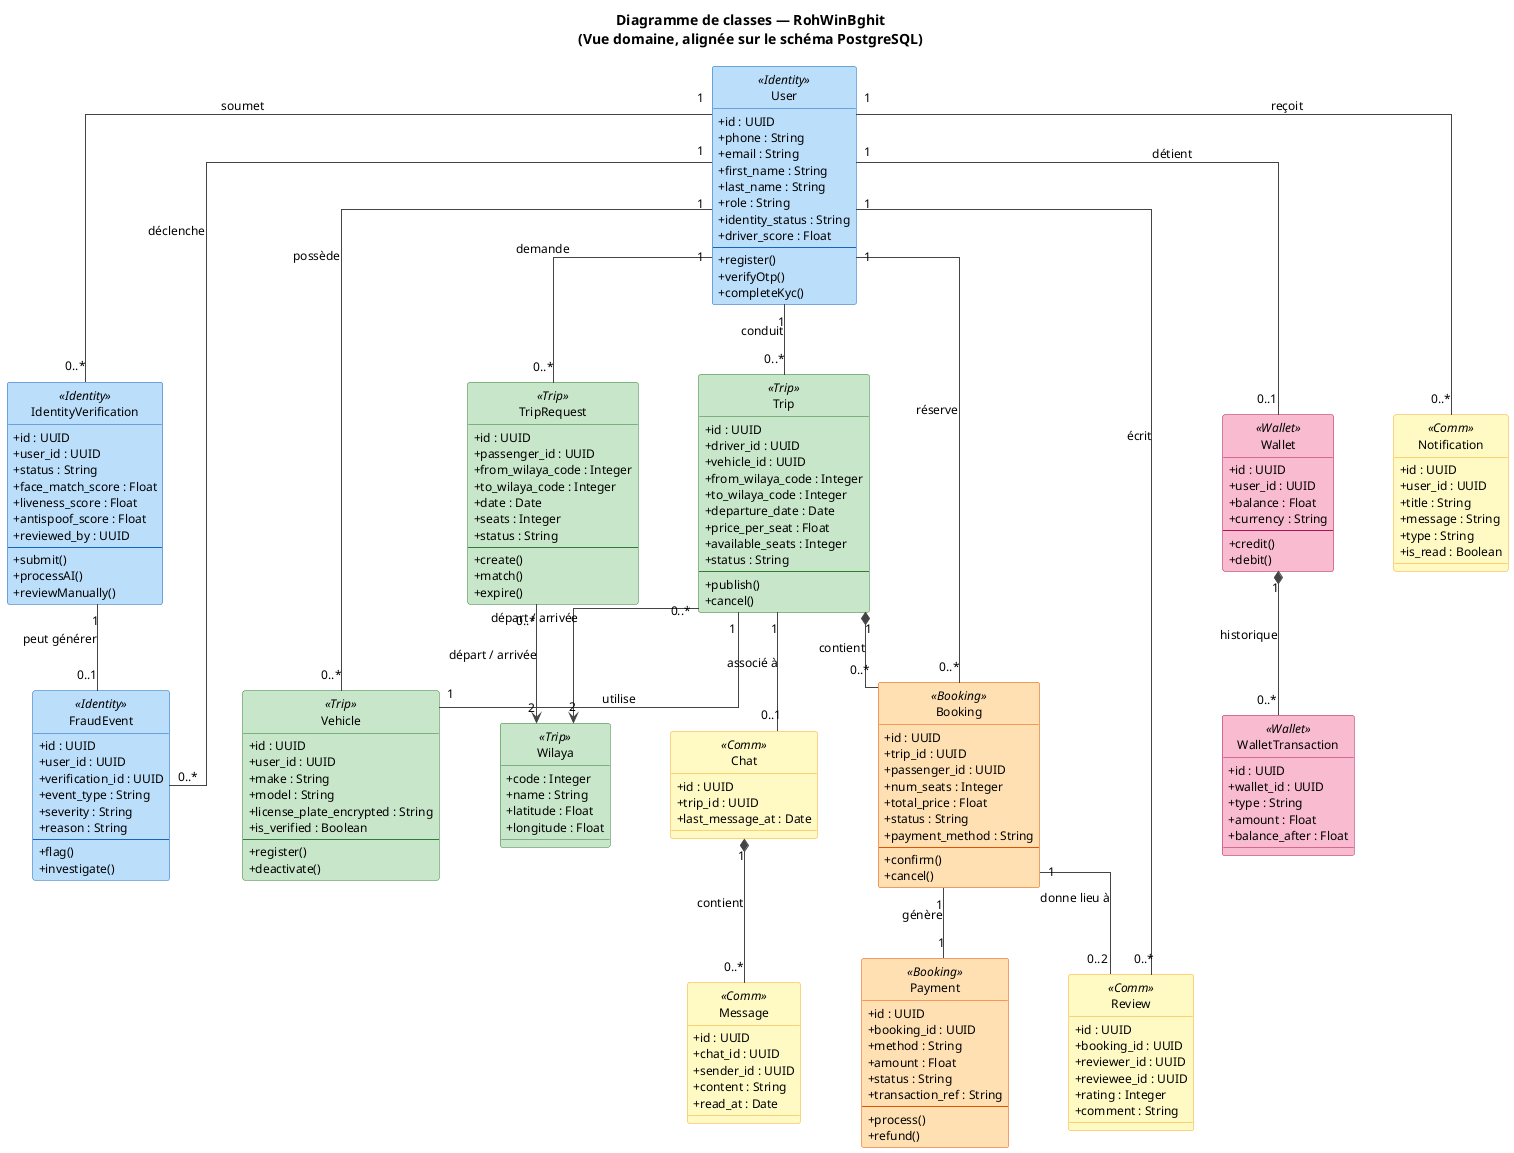
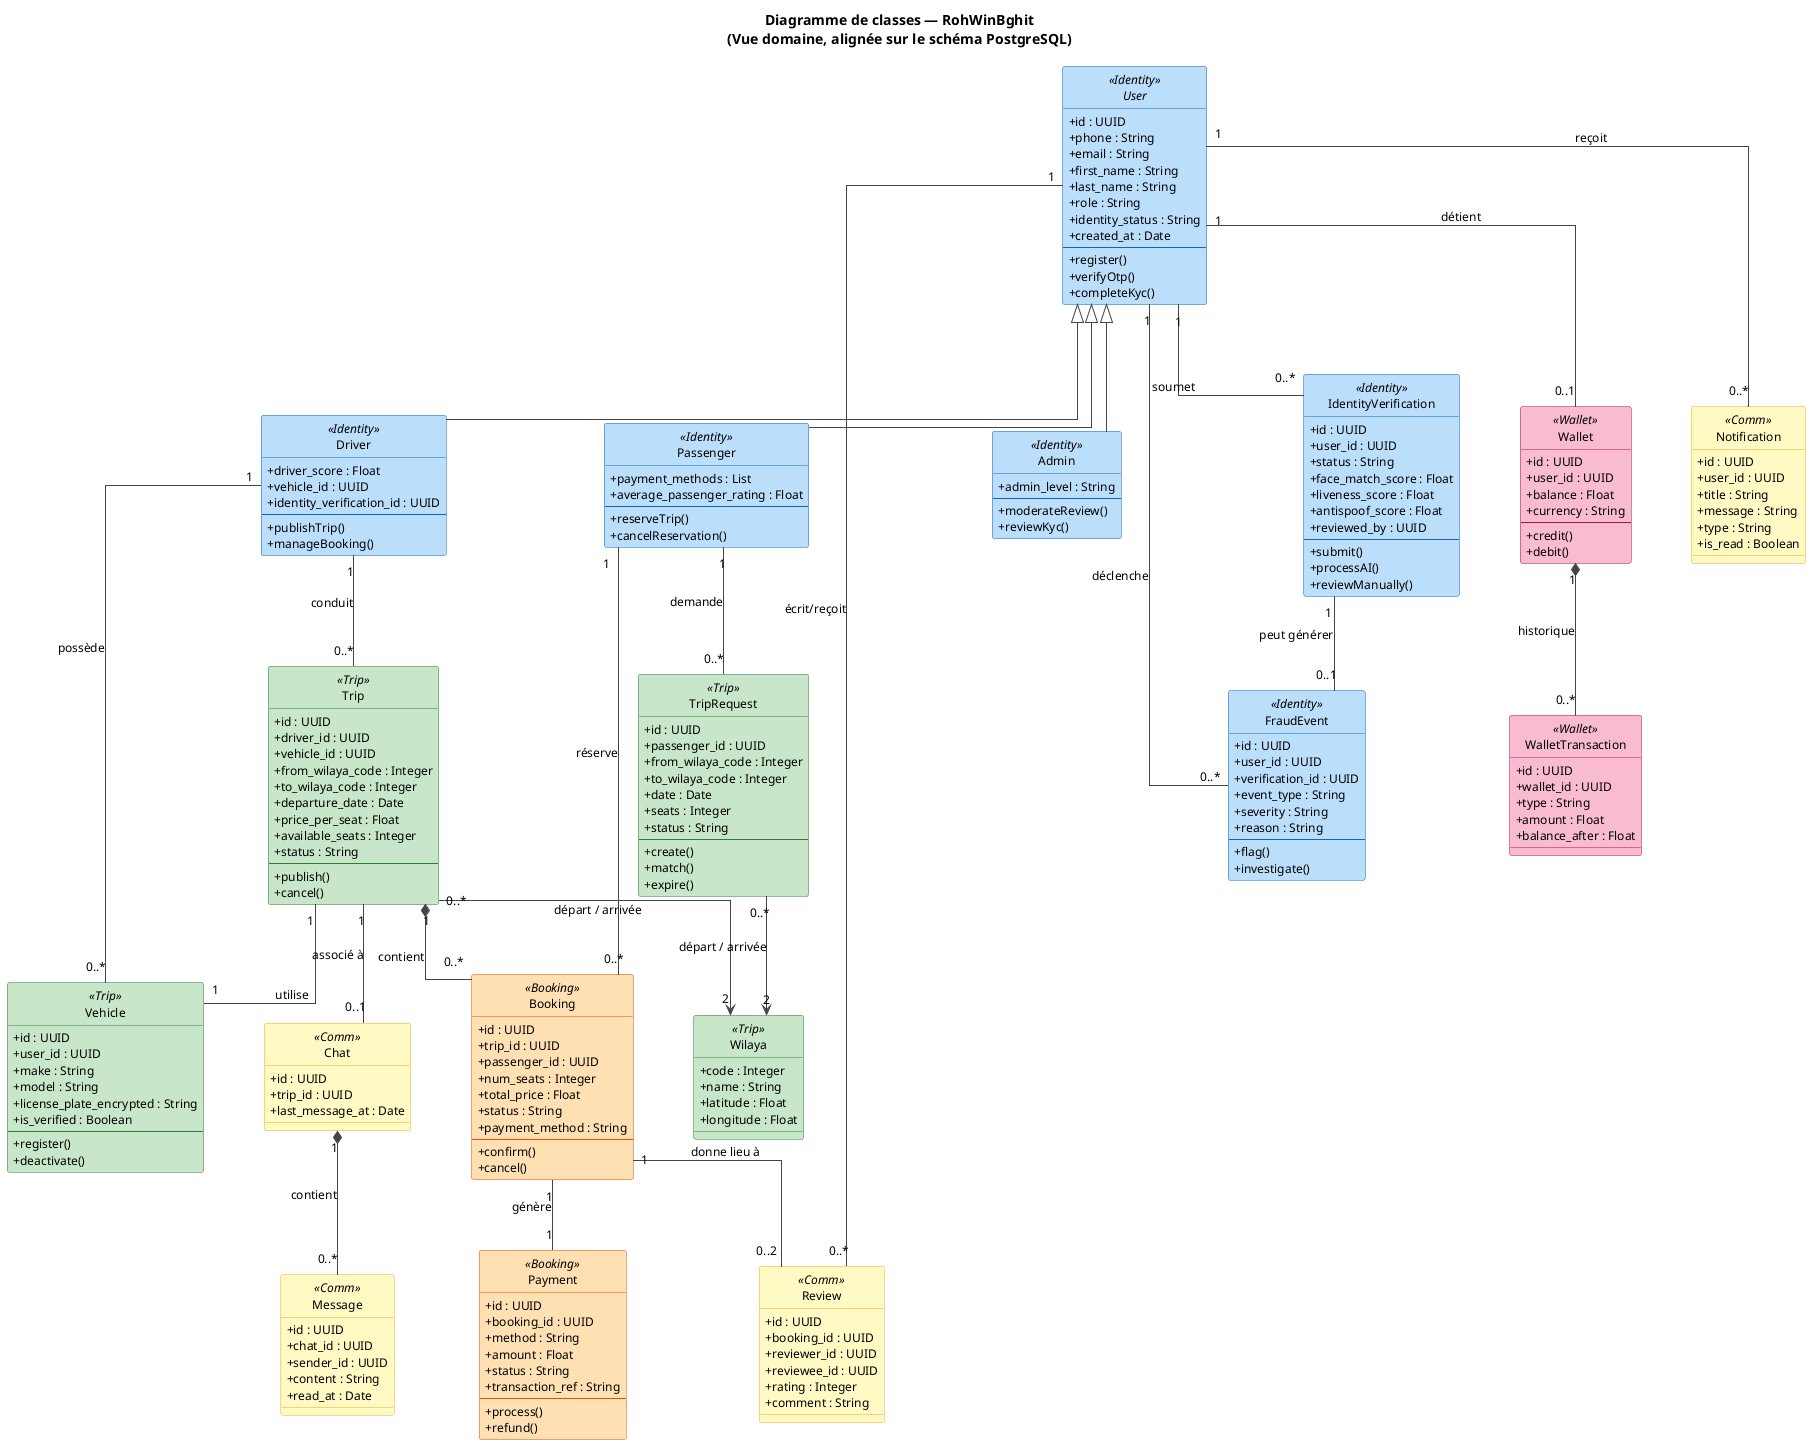
@startuml fig_class_diagram
skinparam style strictuml
skinparam classAttributeIconSize 0
skinparam DefaultFontName Arial
skinparam DefaultFontSize 12
skinparam shadowing false
skinparam linetype ortho
skinparam nodesep 60
skinparam ranksep 70
skinparam ArrowColor #444444

' Couleurs par domaine
skinparam class {
  BorderColor #555555
  BackgroundColor White
  BackgroundColor<<Identity>> #BBDEFB
  BackgroundColor<<Trip>> #C8E6C9
  BackgroundColor<<Booking>> #FFE0B2
  BackgroundColor<<Wallet>> #F8BBD0
  BackgroundColor<<Comm>> #FFF9C4
  BorderColor<<Identity>> #1565C0
  BorderColor<<Trip>> #2E7D32
  BorderColor<<Booking>> #E65100
  BorderColor<<Wallet>> #AD1457
  BorderColor<<Comm>> #F9A825
}

title Diagramme de classes — RohWinBghit\n(Vue domaine, alignée sur le schéma PostgreSQL)

' ===== IDENTITÉ (bleu) =====
- class User <<Identity>> {
+ abstract class User <<Identity>> {
  + id : UUID
  + phone : String
  + email : String
  + first_name : String
  + last_name : String
  + role : String
  + identity_status : String
-   + driver_score : Float
+   + created_at : Date
  --
  + register()
  + verifyOtp()
  + completeKyc()
+ }
+ 
+ class Passenger <<Identity>> {
+   + payment_methods : List
+   + average_passenger_rating : Float
+   --
+   + reserveTrip()
+   + cancelReservation()
+ }
+ 
+ class Driver <<Identity>> {
+   + driver_score : Float
+   + vehicle_id : UUID
+   + identity_verification_id : UUID
+   --
+   + publishTrip()
+   + manageBooking()
+ }
+ 
+ class Admin <<Identity>> {
+   + admin_level : String
+   --
+   + moderateReview()
+   + reviewKyc()
}

class IdentityVerification <<Identity>> {
  + id : UUID
  + user_id : UUID
  + status : String
  + face_match_score : Float
  + liveness_score : Float
  + antispoof_score : Float
  + reviewed_by : UUID
  --
  + submit()
  + processAI()
  + reviewManually()
}

class FraudEvent <<Identity>> {
  + id : UUID
  + user_id : UUID
  + verification_id : UUID
  + event_type : String
  + severity : String
  + reason : String
  --
  + flag()
  + investigate()
}

' ===== TRAJET (vert) =====
class Vehicle <<Trip>> {
  + id : UUID
  + user_id : UUID
  + make : String
  + model : String
  + license_plate_encrypted : String
  + is_verified : Boolean
  --
  + register()
  + deactivate()
}

class Trip <<Trip>> {
  + id : UUID
  + driver_id : UUID
  + vehicle_id : UUID
  + from_wilaya_code : Integer
  + to_wilaya_code : Integer
  + departure_date : Date
  + price_per_seat : Float
  + available_seats : Integer
  + status : String
  --
  + publish()
  + cancel()
}

class TripRequest <<Trip>> {
  + id : UUID
  + passenger_id : UUID
  + from_wilaya_code : Integer
  + to_wilaya_code : Integer
  + date : Date
  + seats : Integer
  + status : String
  --
  + create()
  + match()
  + expire()
}

class Wilaya <<Trip>> {
  + code : Integer
  + name : String
  + latitude : Float
  + longitude : Float
}

' ===== RÉSERVATION & PAIEMENT (orange) =====
class Booking <<Booking>> {
  + id : UUID
  + trip_id : UUID
  + passenger_id : UUID
  + num_seats : Integer
  + total_price : Float
  + status : String
  + payment_method : String
  --
  + confirm()
  + cancel()
}

class Payment <<Booking>> {
  + id : UUID
  + booking_id : UUID
  + method : String
  + amount : Float
  + status : String
  + transaction_ref : String
  --
  + process()
  + refund()
}

' ===== PORTEFEUILLE (rose) =====
class Wallet <<Wallet>> {
  + id : UUID
  + user_id : UUID
  + balance : Float
  + currency : String
  --
  + credit()
  + debit()
}

class WalletTransaction <<Wallet>> {
  + id : UUID
  + wallet_id : UUID
  + type : String
  + amount : Float
  + balance_after : Float
}

' ===== COMMUNICATION (jaune) =====
class Chat <<Comm>> {
  + id : UUID
  + trip_id : UUID
  + last_message_at : Date
}

class Message <<Comm>> {
  + id : UUID
  + chat_id : UUID
  + sender_id : UUID
  + content : String
  + read_at : Date
}

class Notification <<Comm>> {
  + id : UUID
  + user_id : UUID
  + title : String
  + message : String
  + type : String
  + is_read : Boolean
}

class Review <<Comm>> {
  + id : UUID
  + booking_id : UUID
  + reviewer_id : UUID
  + reviewee_id : UUID
  + rating : Integer
  + comment : String
}

' ===== RELATIONS =====
- User "1" -- "0..*" Vehicle : "possède"
- User "1" -- "0..*" Trip : "conduit"
- User "1" -- "0..*" Booking : "réserve"
- User "1" -- "0..*" TripRequest : "demande"
+ User <|-- Passenger
+ User <|-- Driver
+ User <|-- Admin
+ 
+ Driver "1" -- "0..*" Vehicle : "possède"
+ Driver "1" -- "0..*" Trip : "conduit"
+ Passenger "1" -- "0..*" Booking : "réserve"
+ Passenger "1" -- "0..*" TripRequest : "demande"
User "1" -- "0..1" Wallet : "détient"
User "1" -- "0..*" Notification : "reçoit"
User "1" -- "0..*" IdentityVerification : "soumet"
User "1" -- "0..*" FraudEvent : "déclenche"
- User "1" -- "0..*" Review : "écrit"
+ User "1" -- "0..*" Review : "écrit/reçoit"

IdentityVerification "1" -- "0..1" FraudEvent : "peut générer"

Trip "1" -- "1" Vehicle : "utilise"
Trip "1" *-- "0..*" Booking : "contient"
Trip "1" -- "0..1" Chat : "associé à"

Booking "1" -- "1" Payment : "génère"
Booking "1" -- "0..2" Review : "donne lieu à"

Wallet "1" *-- "0..*" WalletTransaction : "historique"

Chat "1" *-- "0..*" Message : "contient"

Trip "0..*" --> "2" Wilaya : "départ / arrivée"
TripRequest "0..*" --> "2" Wilaya : "départ / arrivée"

@enduml
